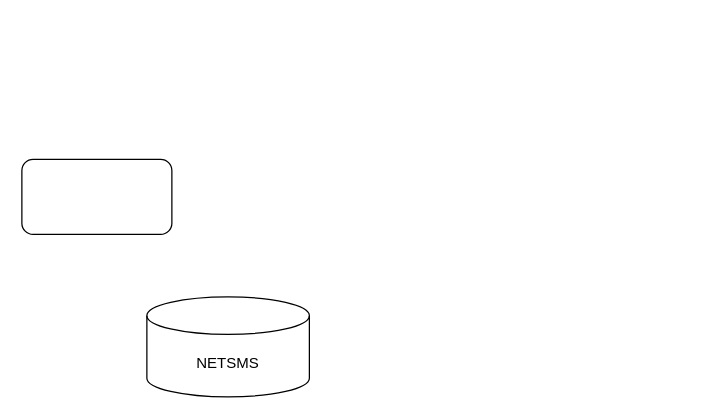
samirali/ClaroBrasil keeps this draw.io diagram as 113963 - RGC765 (Atendimento) - Síntese de Atendimento.drawio. Above is the earlier version. Source tidied: cells renumbered, new cells numbered last; positions are measured from the earlier drawing's top-left corner, leaving out a move shared by most shapes. Both pictures are drawn from the tidied source at 125%, with x=0, y=0 at pixel (21, 159).
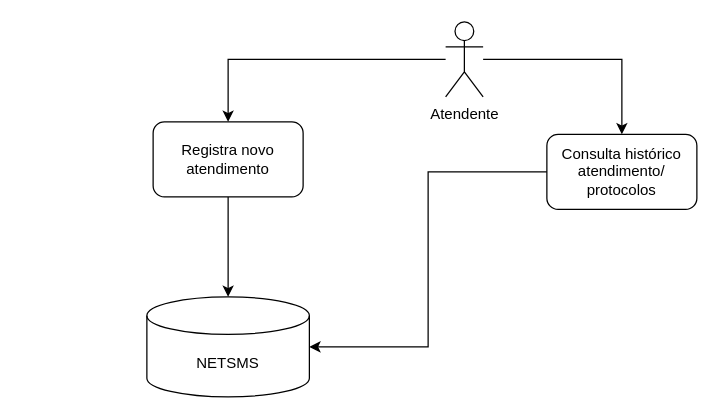
After the change.

The edit, as a diff of the source:
```diff
@@
 <mxGraphModel>
   <root>
     <mxCell id="0" />
     <mxCell id="1" parent="0" />
     <mxCell id="2" value="NETSMS" style="shape=cylinder3;whiteSpace=wrap;html=1;boundedLbl=1;backgroundOutline=1;size=15;" parent="1" vertex="1">
       <mxGeometry x="100" y="110" width="130" height="80" as="geometry" />
     </mxCell>
-    <mxCell id="3" style="rounded=1;whiteSpace=wrap;html=1;" parent="1" vertex="1">
-      <mxGeometry width="120" height="60" as="geometry" />
+    <mxCell id="3" value="Registra novo atendimento" style="rounded=1;whiteSpace=wrap;html=1;" parent="1" vertex="1">
+      <mxGeometry x="105" y="-30" width="120" height="60" as="geometry" />
     </mxCell>
+    <mxCell id="4" style="edgeStyle=orthogonalEdgeStyle;rounded=0;jettySize=auto;html=1;entryX=0.5;entryY=0;entryDx=0;entryDy=0;" parent="1" edge="1" source="6" target="3">
+      <mxGeometry relative="1" as="geometry" />
+    </mxCell>
+    <mxCell id="5" style="edgeStyle=orthogonalEdgeStyle;rounded=0;jettySize=auto;html=1;entryX=0.5;entryY=0;entryDx=0;entryDy=0;" parent="1" edge="1" source="6" target="8">
+      <mxGeometry relative="1" as="geometry" />
+    </mxCell>
+    <mxCell id="6" value="Atendente" style="shape=umlActor;verticalLabelPosition=bottom;verticalAlign=top;html=1;outlineConnect=0;" parent="1" vertex="1">
+      <mxGeometry x="339" y="-110" width="30" height="60" as="geometry" />
+    </mxCell>
+    <mxCell id="7" style="edgeStyle=orthogonalEdgeStyle;rounded=0;jettySize=auto;html=1;entryX=0.5;entryY=0;entryDx=0;entryDy=0;entryPerimeter=0;" parent="1" edge="1" source="3" target="2">
+      <mxGeometry relative="1" as="geometry" />
+    </mxCell>
+    <mxCell id="8" value="Consulta histórico atendimento/ protocolos" style="rounded=1;whiteSpace=wrap;html=1;" parent="1" vertex="1">
+      <mxGeometry x="420" y="-20" width="120" height="60" as="geometry" />
+    </mxCell>
+    <mxCell id="9" style="edgeStyle=orthogonalEdgeStyle;rounded=0;jettySize=auto;html=1;entryX=1;entryY=0.5;entryDx=0;entryDy=0;entryPerimeter=0;" parent="1" edge="1" source="8" target="2">
+      <mxGeometry relative="1" as="geometry" />
+    </mxCell>
   </root>
 </mxGraphModel>
```
